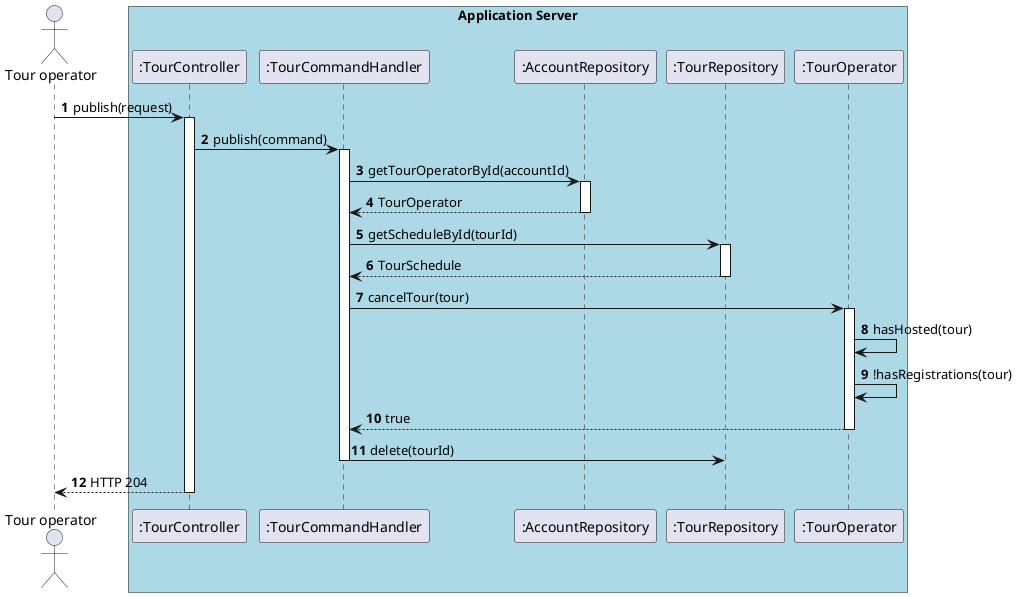
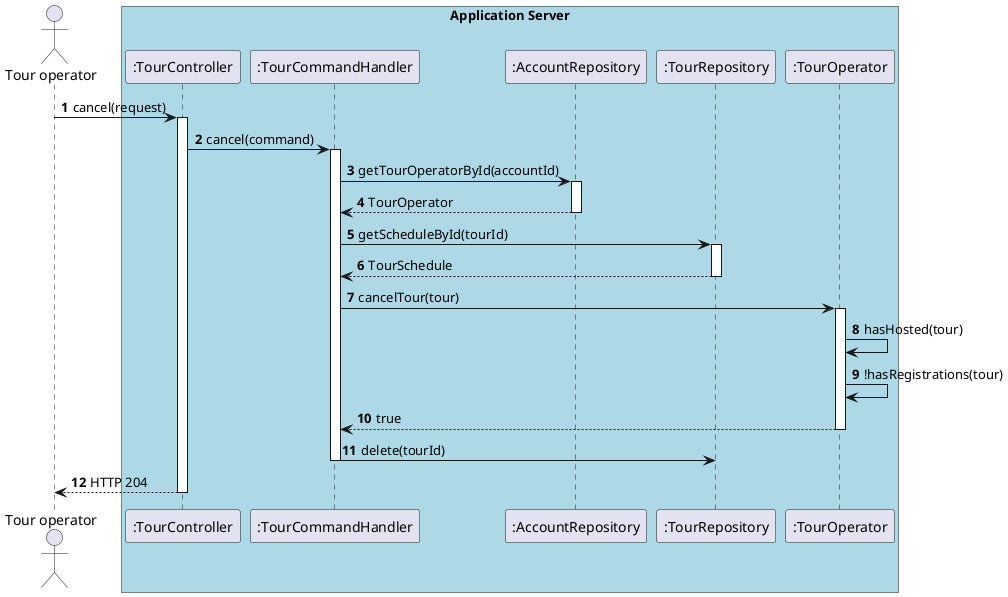
@startuml

autonumber

actor "Tour operator" as tourist
box "Application Server" #LightBlue
    participant ":TourController" as controller
    participant ":TourCommandHandler" as handler
    participant ":AccountRepository" as accRepo
    participant ":TourRepository" as tourRepo
    participant ":TourOperator" as tourOp
end box

- tourist -> controller : publish(request)
+ tourist -> controller : cancel(request)
activate controller

- controller -> handler : publish(command)
+ controller -> handler : cancel(command)
activate handler

handler -> accRepo : getTourOperatorById(accountId)
activate accRepo
handler <-- accRepo : TourOperator
deactivate accRepo
handler -> tourRepo : getScheduleById(tourId)
activate tourRepo
handler <-- tourRepo : TourSchedule
deactivate tourRepo

handler -> tourOp : cancelTour(tour)
activate tourOp
tourOp -> tourOp : hasHosted(tour)
tourOp -> tourOp : !hasRegistrations(tour)
handler <-- tourOp : true
deactivate tourOp

handler -> tourRepo : delete(tourId)

deactivate handler

controller --> tourist : HTTP 204
deactivate controller

@enduml